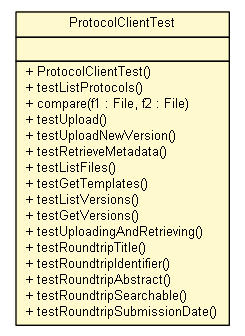
ToxBank/toxbank-api-client keeps this Graphviz diagram as testapidocs/net/toxbank/client/resource/ProtocolClientTest.png. Above is the earlier version. Its source is kept beside it as testapidocs/net/toxbank/client/resource/ProtocolClientTest.dot.
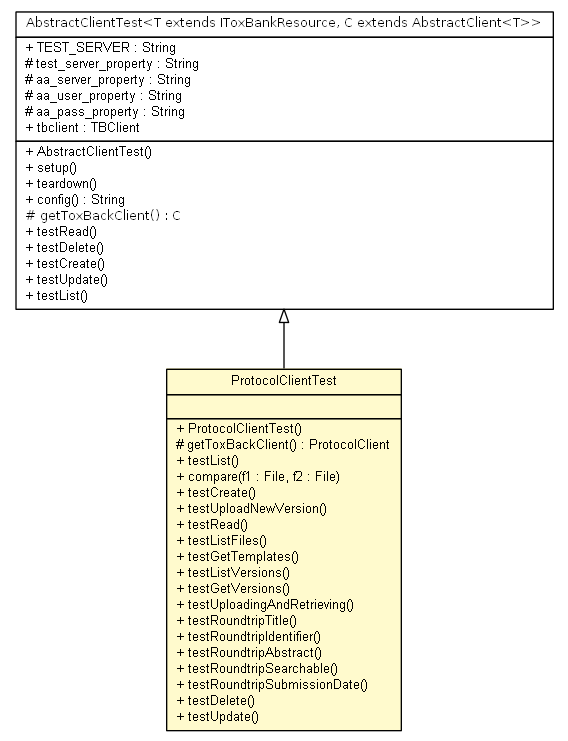
After the commit.

What changed in the source:
```diff
@@ -11,11 +11,12 @@
 		</table></td></tr>
 		<tr><td><table border="0" cellspacing="0" cellpadding="1">
 			<tr><td align="left"> + ProtocolClientTest() </td></tr>
-			<tr><td align="left"> + testListProtocols() </td></tr>
+			<tr><td align="left"> # getToxBackClient() : ProtocolClient </td></tr>
+			<tr><td align="left"> + testList() </td></tr>
 			<tr><td align="left"> + compare(f1 : File, f2 : File) </td></tr>
-			<tr><td align="left"> + testUpload() </td></tr>
+			<tr><td align="left"> + testCreate() </td></tr>
 			<tr><td align="left"> + testUploadNewVersion() </td></tr>
-			<tr><td align="left"> + testRetrieveMetadata() </td></tr>
+			<tr><td align="left"> + testRead() </td></tr>
 			<tr><td align="left"> + testListFiles() </td></tr>
 			<tr><td align="left"> + testGetTemplates() </td></tr>
 			<tr><td align="left"> + testListVersions() </td></tr>
@@ -26,6 +27,34 @@
 			<tr><td align="left"> + testRoundtripAbstract() </td></tr>
 			<tr><td align="left"> + testRoundtripSearchable() </td></tr>
 			<tr><td align="left"> + testRoundtripSubmissionDate() </td></tr>
+			<tr><td align="left"> + testDelete() </td></tr>
+			<tr><td align="left"> + testUpdate() </td></tr>
 		</table></td></tr>
 		</table>>, fontname="arial", fontcolor="black", fontsize=10.0];
+	c65 [label=<<table border="0" cellborder="1" cellspacing="0" cellpadding="2" port="p" href="./AbstractClientTest.html">
+		<tr><td><table border="0" cellspacing="0" cellpadding="1">
+			<tr><td><font face="ariali"> AbstractClientTest&lt;T extends IToxBankResource, C extends AbstractClient&lt;T&gt;&gt; </font></td></tr>
+		</table></td></tr>
+		<tr><td><table border="0" cellspacing="0" cellpadding="1">
+			<tr><td align="left"> + TEST_SERVER : String </td></tr>
+			<tr><td align="left"> # test_server_property : String </td></tr>
+			<tr><td align="left"> # aa_server_property : String </td></tr>
+			<tr><td align="left"> # aa_user_property : String </td></tr>
+			<tr><td align="left"> # aa_pass_property : String </td></tr>
+			<tr><td align="left"> + tbclient : TBClient </td></tr>
+		</table></td></tr>
+		<tr><td><table border="0" cellspacing="0" cellpadding="1">
+			<tr><td align="left"> + AbstractClientTest() </td></tr>
+			<tr><td align="left"> + setup() </td></tr>
+			<tr><td align="left"> + teardown() </td></tr>
+			<tr><td align="left"> + config() : String </td></tr>
+			<tr><td align="left"><font face="ariali" point-size="10.0"> # getToxBackClient() : C </font></td></tr>
+			<tr><td align="left"> + testRead() </td></tr>
+			<tr><td align="left"> + testDelete() </td></tr>
+			<tr><td align="left"> + testCreate() </td></tr>
+			<tr><td align="left"> + testUpdate() </td></tr>
+			<tr><td align="left"> + testList() </td></tr>
+		</table></td></tr>
+		</table>>, fontname="arial", fontcolor="black", fontsize=10.0];
+	c65:p -> c58:p [dir=back,arrowtail=empty];
 }
```
